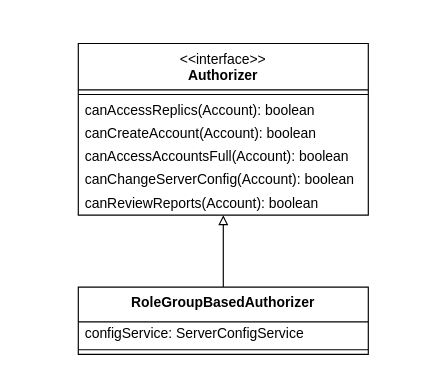
Before: content/drawio/class/server/inter-authorizer-p.drawio in replic-read/design, a draw.io diagram. Source tidied: cells renumbered, new cells numbered last; positions are measured from the earlier drawing's top-left corner, leaving out a move shared by most shapes. Both pictures are drawn from the tidied source at 116%, with x=0, y=0 at pixel (78, 43).
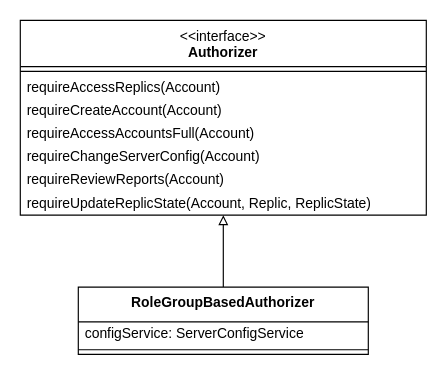
The same diagram, later.

Change to the diagram source:
```diff
@@
 <mxGraphModel>
   <root>
     <mxCell id="0" />
     <mxCell id="1" parent="0" />
-    <mxCell id="2" value="&amp;lt;&amp;lt;interface&amp;gt;&amp;gt;&lt;br&gt;&lt;b&gt;Authorizer&lt;/b&gt;&lt;div&gt;&lt;br/&gt;&lt;/div&gt;" style="swimlane;fontStyle=0;align=center;verticalAlign=top;horizontal=1;startSize=40;html=1;whiteSpace=wrap;" parent="1" vertex="1">
-      <mxGeometry width="250" height="148" as="geometry" />
-    </mxCell>
-    <mxCell id="3" style="line;strokeWidth=1;fillColor=none;align=left;verticalAlign=middle;spacingTop=-1;spacingLeft=3;spacingRight=3;labelPosition=right;" parent="2" vertex="1">
-      <mxGeometry y="40" width="250" height="8" as="geometry" />
-    </mxCell>
-    <mxCell id="4" value="canAccessReplics(Account): boolean" style="text;html=1;strokeColor=none;fillColor=none;align=left;verticalAlign=middle;spacingLeft=4;spacingRight=4;overflow=hidden;whiteSpace=wrap;" parent="2" vertex="1">
-      <mxGeometry y="48" width="250" height="20" as="geometry" />
-    </mxCell>
-    <mxCell id="5" value="canCreateAccount(Account): boolean" style="text;html=1;strokeColor=none;fillColor=none;align=left;verticalAlign=middle;spacingLeft=4;spacingRight=4;overflow=hidden;whiteSpace=wrap;" parent="2" vertex="1">
-      <mxGeometry y="68" width="250" height="20" as="geometry" />
-    </mxCell>
-    <mxCell id="6" value="canAccessAccountsFull(Account): boolean" style="text;html=1;strokeColor=none;fillColor=none;align=left;verticalAlign=middle;spacingLeft=4;spacingRight=4;overflow=hidden;whiteSpace=wrap;" parent="2" vertex="1">
-      <mxGeometry y="88" width="250" height="20" as="geometry" />
-    </mxCell>
-    <mxCell id="7" value="canChangeServerConfig(Account): boolean" style="text;html=1;strokeColor=none;fillColor=none;align=left;verticalAlign=middle;spacingLeft=4;spacingRight=4;overflow=hidden;whiteSpace=wrap;" parent="2" vertex="1">
-      <mxGeometry y="108" width="250" height="20" as="geometry" />
-    </mxCell>
-    <mxCell id="8" value="canReviewReports(Account): boolean" style="text;html=1;strokeColor=none;fillColor=none;align=left;verticalAlign=middle;spacingLeft=4;spacingRight=4;overflow=hidden;whiteSpace=wrap;" parent="2" vertex="1">
-      <mxGeometry y="128" width="250" height="20" as="geometry" />
-    </mxCell>
     <mxCell id="9" style="edgeStyle=orthogonalEdgeStyle;rounded=0;jettySize=auto;html=1;endArrow=block;endFill=0;" parent="1" edge="1" source="10" target="2">
       <mxGeometry relative="1" as="geometry" />
     </mxCell>
     <mxCell id="10" value="&lt;b&gt;RoleGroupBasedAuthorizer&lt;/b&gt;&lt;div&gt;&lt;br&gt;&lt;/div&gt;" style="swimlane;fontStyle=0;align=center;verticalAlign=top;horizontal=1;startSize=30;html=1;whiteSpace=wrap;" parent="1" vertex="1">
       <mxGeometry y="210" width="250" height="58" as="geometry" />
     </mxCell>
     <mxCell id="11" value="configService: ServerConfigService" style="text;html=1;strokeColor=none;fillColor=none;align=left;verticalAlign=middle;spacingLeft=4;spacingRight=4;overflow=hidden;whiteSpace=wrap;" parent="10" vertex="1">
       <mxGeometry y="30" width="250" height="20" as="geometry" />
     </mxCell>
     <mxCell id="12" style="line;strokeWidth=1;fillColor=none;align=left;verticalAlign=middle;spacingTop=-1;spacingLeft=3;spacingRight=3;labelPosition=right;" parent="10" vertex="1">
       <mxGeometry y="50" width="250" height="8" as="geometry" />
     </mxCell>
+    <mxCell id="2" value="&amp;lt;&amp;lt;interface&amp;gt;&amp;gt;&lt;br&gt;&lt;b&gt;Authorizer&lt;/b&gt;&lt;div&gt;&lt;br/&gt;&lt;/div&gt;" style="swimlane;fontStyle=0;align=center;verticalAlign=top;horizontal=1;startSize=40;html=1;whiteSpace=wrap;" parent="1" vertex="1">
+      <mxGeometry x="-50" y="-20" width="350" height="168" as="geometry" />
+    </mxCell>
+    <mxCell id="13" style="line;strokeWidth=1;fillColor=none;align=left;verticalAlign=middle;spacingTop=-1;spacingLeft=3;spacingRight=3;labelPosition=right;" parent="2" vertex="1">
+      <mxGeometry y="40" width="350" height="8" as="geometry" />
+    </mxCell>
+    <mxCell id="14" value="requireAccessReplics(Account)" style="text;html=1;strokeColor=none;fillColor=none;align=left;verticalAlign=middle;spacingLeft=4;spacingRight=4;overflow=hidden;whiteSpace=wrap;" parent="2" vertex="1">
+      <mxGeometry y="48" width="350" height="20" as="geometry" />
+    </mxCell>
+    <mxCell id="15" value="requireCreateAccount(Account)" style="text;html=1;strokeColor=none;fillColor=none;align=left;verticalAlign=middle;spacingLeft=4;spacingRight=4;overflow=hidden;whiteSpace=wrap;" parent="2" vertex="1">
+      <mxGeometry y="68" width="350" height="20" as="geometry" />
+    </mxCell>
+    <mxCell id="16" value="requireAccessAccountsFull(Account)" style="text;html=1;strokeColor=none;fillColor=none;align=left;verticalAlign=middle;spacingLeft=4;spacingRight=4;overflow=hidden;whiteSpace=wrap;" parent="2" vertex="1">
+      <mxGeometry y="88" width="350" height="20" as="geometry" />
+    </mxCell>
+    <mxCell id="17" value="requireChangeServerConfig(Account)" style="text;html=1;strokeColor=none;fillColor=none;align=left;verticalAlign=middle;spacingLeft=4;spacingRight=4;overflow=hidden;whiteSpace=wrap;" parent="2" vertex="1">
+      <mxGeometry y="108" width="350" height="20" as="geometry" />
+    </mxCell>
+    <mxCell id="18" value="requireReviewReports(Account)" style="text;html=1;strokeColor=none;fillColor=none;align=left;verticalAlign=middle;spacingLeft=4;spacingRight=4;overflow=hidden;whiteSpace=wrap;" parent="2" vertex="1">
+      <mxGeometry y="128" width="350" height="20" as="geometry" />
+    </mxCell>
+    <mxCell id="19" value="requireUpdateReplicState(Account, Replic, ReplicState)" style="text;html=1;strokeColor=none;fillColor=none;align=left;verticalAlign=middle;spacingLeft=4;spacingRight=4;overflow=hidden;whiteSpace=wrap;" parent="2" vertex="1">
+      <mxGeometry y="148" width="350" height="20" as="geometry" />
+    </mxCell>
   </root>
 </mxGraphModel>
```
